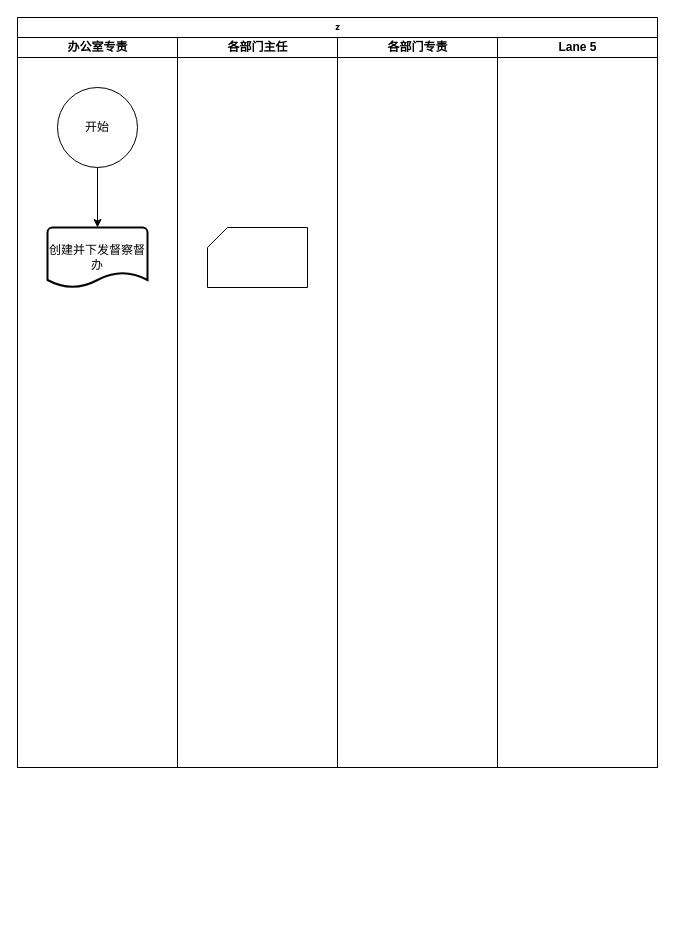
Before: 未命名绘图.drawio in lee259/hello, a draw.io diagram. Source tidied: cells renumbered, new cells numbered last; positions are measured from the earlier drawing's top-left corner, leaving out a move shared by most shapes. Both pictures are drawn from the tidied source at 100%, with x=0, y=0 at pixel (17, 17).
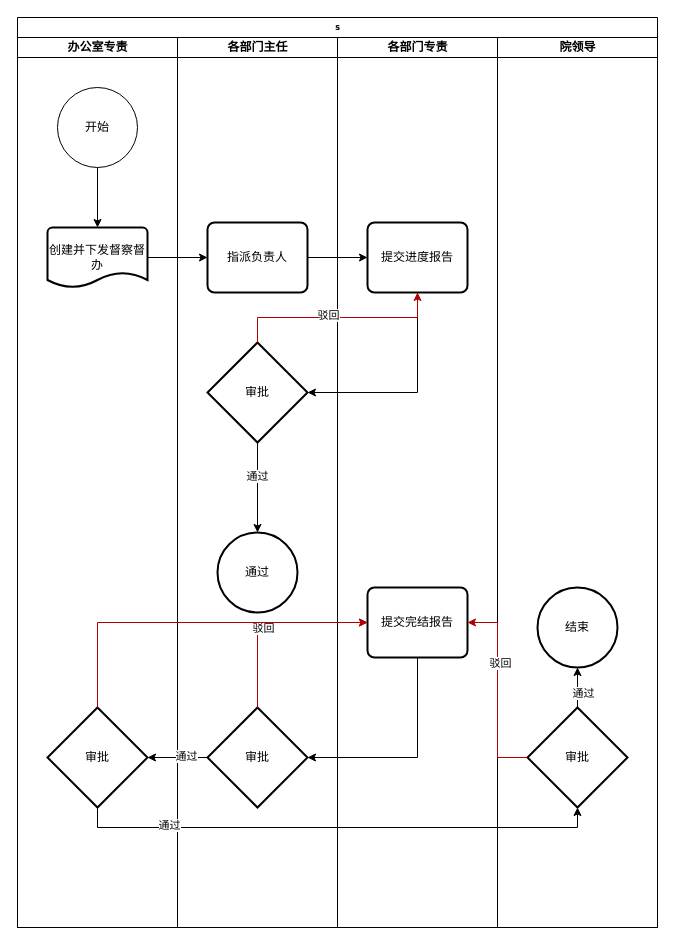
Above is the later version.

Commit message:
更新未命名绘图.drawio

Unchanged cells that the change refers to:
```xml
<mxCell id="6" value="创建并下发督察督办" style="strokeWidth=2;html=1;shape=mxgraph.flowchart.document2;whiteSpace=wrap;size=0.25;fontStyle=0;" parent="3" vertex="1">
  <mxGeometry x="30" y="190" width="100" height="60" as="geometry" />
</mxCell>
```

Diff of the diagram source:
```diff
@@
-    <mxCell id="2" value="z" style="swimlane;html=1;startSize=20;rounded=0;shadow=0;labelBackgroundColor=none;strokeWidth=1;fontFamily=Verdana;fontSize=8;align=center;" parent="1" vertex="1">
-      <mxGeometry width="640" height="750" as="geometry" />
+    <mxCell id="2" value="s" style="swimlane;html=1;startSize=20;rounded=0;shadow=0;labelBackgroundColor=none;strokeWidth=1;fontFamily=Verdana;fontSize=8;align=center;" parent="1" vertex="1">
+      <mxGeometry width="640" height="910" as="geometry" />
     </mxCell>
     <mxCell id="3" value="办公室专责" style="swimlane;html=1;startSize=20;" parent="2" vertex="1">
-      <mxGeometry y="20" width="160" height="730" as="geometry" />
+      <mxGeometry y="20" width="160" height="890" as="geometry" />
     </mxCell>
@@
+    <mxCell id="11" value="审批" style="strokeWidth=2;html=1;shape=mxgraph.flowchart.decision;whiteSpace=wrap;" parent="3" vertex="1">
+      <mxGeometry x="30" y="670" width="100" height="100" as="geometry" />
+    </mxCell>
     <mxCell id="7" value="各部门主任" style="swimlane;html=1;startSize=20;" parent="2" vertex="1">
-      <mxGeometry x="160" y="20" width="160" height="730" as="geometry" />
+      <mxGeometry x="160" y="20" width="160" height="890" as="geometry" />
     </mxCell>
-    <mxCell id="8" style="verticalLabelPosition=bottom;verticalAlign=top;html=1;shape=card;whiteSpace=wrap;size=20;arcSize=12;" parent="7" vertex="1">
-      <mxGeometry x="30" y="190" width="100" height="60" as="geometry" />
-    </mxCell>
+    <mxCell id="12" value="指派负责人" style="rounded=1;whiteSpace=wrap;html=1;absoluteArcSize=1;arcSize=14;strokeWidth=2;" parent="7" vertex="1">
+      <mxGeometry x="30" y="185" width="100" height="70" as="geometry" />
+    </mxCell>
+    <mxCell id="13" style="edgeStyle=orthogonalEdgeStyle;rounded=0;jettySize=auto;html=1;" parent="7" edge="1" source="15" target="16">
+      <mxGeometry relative="1" as="geometry" />
+    </mxCell>
+    <mxCell id="14" value="通过" style="edgeLabel;html=1;align=center;verticalAlign=middle;" parent="13" vertex="1">
+      <mxGeometry x="-0.27" y="-1" relative="1" as="geometry" />
+    </mxCell>
+    <mxCell id="15" value="审批" style="strokeWidth=2;html=1;shape=mxgraph.flowchart.decision;whiteSpace=wrap;" parent="7" vertex="1">
+      <mxGeometry x="30" y="305" width="100" height="100" as="geometry" />
+    </mxCell>
+    <mxCell id="16" value="通过" style="ellipse;whiteSpace=wrap;html=1;strokeWidth=2;" parent="7" vertex="1">
+      <mxGeometry x="40" y="495" width="80" height="80" as="geometry" />
+    </mxCell>
+    <mxCell id="17" value="审批" style="strokeWidth=2;html=1;shape=mxgraph.flowchart.decision;whiteSpace=wrap;" parent="7" vertex="1">
+      <mxGeometry x="30" y="670" width="100" height="100" as="geometry" />
+    </mxCell>
     <mxCell id="9" value="各部门专责" style="swimlane;html=1;startSize=20;" parent="2" vertex="1">
-      <mxGeometry x="320" y="20" width="160" height="730" as="geometry" />
+      <mxGeometry x="320" y="20" width="160" height="890" as="geometry" />
     </mxCell>
+    <mxCell id="18" value="提交进度报告" style="rounded=1;whiteSpace=wrap;html=1;absoluteArcSize=1;arcSize=14;strokeWidth=2;" parent="9" vertex="1">
+      <mxGeometry x="30" y="185" width="100" height="70" as="geometry" />
+    </mxCell>
+    <mxCell id="19" value="提交完结报告" style="rounded=1;whiteSpace=wrap;html=1;absoluteArcSize=1;arcSize=14;strokeWidth=2;" parent="9" vertex="1">
+      <mxGeometry x="30" y="550" width="100" height="70" as="geometry" />
+    </mxCell>
-    <mxCell id="10" value="Lane 5" style="swimlane;html=1;startSize=20;" parent="2" vertex="1">
-      <mxGeometry x="480" y="20" width="160" height="730" as="geometry" />
+    <mxCell id="10" value="院领导" style="swimlane;html=1;startSize=20;" parent="2" vertex="1">
+      <mxGeometry x="480" y="20" width="160" height="890" as="geometry" />
     </mxCell>
+    <mxCell id="20" style="edgeStyle=orthogonalEdgeStyle;rounded=0;jettySize=auto;html=1;" parent="10" edge="1" source="22" target="23">
+      <mxGeometry relative="1" as="geometry" />
+    </mxCell>
+    <mxCell id="21" value="通过" style="edgeLabel;html=1;align=center;verticalAlign=middle;" parent="20" vertex="1">
+      <mxGeometry x="-0.25" y="-5" relative="1" as="geometry" />
+    </mxCell>
+    <mxCell id="22" value="审批" style="strokeWidth=2;html=1;shape=mxgraph.flowchart.decision;whiteSpace=wrap;" parent="10" vertex="1">
+      <mxGeometry x="30" y="670" width="100" height="100" as="geometry" />
+    </mxCell>
+    <mxCell id="23" value="结束" style="ellipse;whiteSpace=wrap;html=1;strokeWidth=2;" parent="10" vertex="1">
+      <mxGeometry x="40" y="550" width="80" height="80" as="geometry" />
+    </mxCell>
+    <mxCell id="24" style="edgeStyle=orthogonalEdgeStyle;rounded=0;jettySize=auto;html=1;exitX=1;exitY=0.5;exitDx=0;exitDy=0;exitPerimeter=0;" parent="2" edge="1" source="6" target="12">
+      <mxGeometry relative="1" as="geometry" />
+    </mxCell>
+    <mxCell id="25" style="edgeStyle=orthogonalEdgeStyle;rounded=0;jettySize=auto;html=1;exitX=1;exitY=0.5;exitDx=0;exitDy=0;entryX=0;entryY=0.5;entryDx=0;entryDy=0;" parent="2" edge="1" source="12" target="18">
+      <mxGeometry relative="1" as="geometry" />
+    </mxCell>
+    <mxCell id="26" style="edgeStyle=orthogonalEdgeStyle;rounded=0;jettySize=auto;html=1;exitX=0.5;exitY=1;exitDx=0;exitDy=0;entryX=1;entryY=0.5;entryDx=0;entryDy=0;entryPerimeter=0;" parent="2" edge="1" source="18" target="15">
+      <mxGeometry relative="1" as="geometry" />
+    </mxCell>
+    <mxCell id="27" style="edgeStyle=orthogonalEdgeStyle;rounded=0;jettySize=auto;html=1;exitX=0.5;exitY=0;exitDx=0;exitDy=0;exitPerimeter=0;entryX=0.5;entryY=1;entryDx=0;entryDy=0;fontColor=#FF3333;fillColor=#e51400;strokeColor=#B20000;" parent="2" edge="1" source="15" target="18">
+      <mxGeometry relative="1" as="geometry" />
+    </mxCell>
+    <mxCell id="28" value="驳回" style="edgeLabel;html=1;align=center;verticalAlign=middle;" parent="27" vertex="1">
+      <mxGeometry x="-0.1" y="3" relative="1" as="geometry" />
+    </mxCell>
+    <mxCell id="29" style="edgeStyle=orthogonalEdgeStyle;rounded=0;jettySize=auto;html=1;exitX=0.5;exitY=1;exitDx=0;exitDy=0;entryX=1;entryY=0.5;entryDx=0;entryDy=0;entryPerimeter=0;" parent="2" edge="1" source="19" target="17">
+      <mxGeometry relative="1" as="geometry" />
+    </mxCell>
+    <mxCell id="30" style="edgeStyle=orthogonalEdgeStyle;rounded=0;jettySize=auto;html=1;exitX=0.5;exitY=0;exitDx=0;exitDy=0;exitPerimeter=0;entryX=0;entryY=0.5;entryDx=0;entryDy=0;fillColor=#e51400;strokeColor=#B20000;" parent="2" edge="1" source="17" target="19">
+      <mxGeometry relative="1" as="geometry" />
+    </mxCell>
+    <mxCell id="31" value="驳回" style="edgeLabel;html=1;align=center;verticalAlign=middle;" parent="30" vertex="1">
+      <mxGeometry x="-0.08" y="-5" relative="1" as="geometry" />
+    </mxCell>
+    <mxCell id="32" style="edgeStyle=orthogonalEdgeStyle;rounded=0;jettySize=auto;html=1;exitX=0;exitY=0.5;exitDx=0;exitDy=0;exitPerimeter=0;entryX=1;entryY=0.5;entryDx=0;entryDy=0;entryPerimeter=0;" parent="2" edge="1" source="17" target="11">
+      <mxGeometry relative="1" as="geometry">
+        <Array as="points">
+          <mxPoint x="130" y="740" />
+          <mxPoint x="130" y="740" />
+        </Array>
+      </mxGeometry>
+    </mxCell>
+    <mxCell id="33" value="通过" style="edgeLabel;html=1;align=center;verticalAlign=middle;" parent="32" vertex="1">
+      <mxGeometry x="-0.28" y="-2" relative="1" as="geometry" />
+    </mxCell>
+    <mxCell id="34" style="edgeStyle=orthogonalEdgeStyle;rounded=0;jettySize=auto;html=1;exitX=0.5;exitY=1;exitDx=0;exitDy=0;exitPerimeter=0;entryX=0.5;entryY=1;entryDx=0;entryDy=0;entryPerimeter=0;" parent="2" edge="1" source="11" target="22">
+      <mxGeometry relative="1" as="geometry" />
+    </mxCell>
+    <mxCell id="35" value="通过" style="edgeLabel;html=1;align=center;verticalAlign=middle;" parent="34" vertex="1">
+      <mxGeometry x="-0.65" y="3" relative="1" as="geometry" />
+    </mxCell>
+    <mxCell id="36" style="edgeStyle=orthogonalEdgeStyle;rounded=0;jettySize=auto;html=1;exitX=0.5;exitY=0;exitDx=0;exitDy=0;exitPerimeter=0;entryX=0;entryY=0.5;entryDx=0;entryDy=0;fillColor=#e51400;strokeColor=#B20000;" parent="2" edge="1" source="11" target="19">
+      <mxGeometry relative="1" as="geometry" />
+    </mxCell>
+    <mxCell id="37" style="edgeStyle=orthogonalEdgeStyle;rounded=0;jettySize=auto;html=1;exitX=0;exitY=0.5;exitDx=0;exitDy=0;exitPerimeter=0;entryX=1;entryY=0.5;entryDx=0;entryDy=0;fillColor=#e51400;strokeColor=#B20000;" parent="2" edge="1" source="22" target="19">
+      <mxGeometry relative="1" as="geometry" />
+    </mxCell>
+    <mxCell id="38" value="驳回" style="edgeLabel;html=1;align=center;verticalAlign=middle;" parent="37" vertex="1">
+      <mxGeometry x="0.28" y="-2" relative="1" as="geometry" />
+    </mxCell>
```
